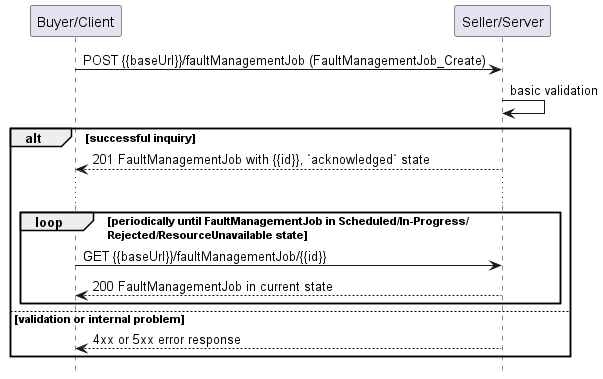
Before: documentation/serviceApi/fm/media/useCase1Polling.png, a diagram exported from PlantUML (MEF-GIT/MEF-LSO-Legato-SDK). The source it was exported from:
```plantuml
@startuml useCase1Polling

hide footbox

participant "Buyer/Client" as B
participant "Seller/Server" as S


B -> S : POST {{baseUrl}}/faultManagementJob (FaultManagementJob_Create)
S -> S : basic validation

alt successful inquiry
  S --> B : 201 FaultManagementJob with {{id}}, `acknowledged` state

  ...

  loop periodically until FaultManagementJob in Scheduled/In-Progress/\nRejected/ResourceUnavailable state
      B -> S :   GET {{baseUrl}}/faultManagementJob/{{id}}
      return 200 FaultManagementJob in current state
  end

else validation or internal problem
  S --> B : 4xx or 5xx error response
end


@enduml
```
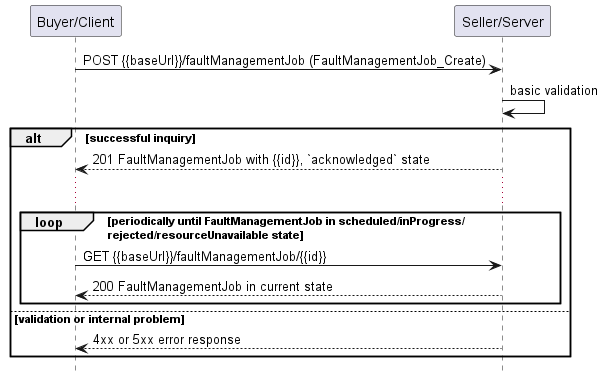
Above is the later version.

Change to the diagram source:
```diff
@@ -14,7 +14,7 @@
 
   ...
 
-  loop periodically until FaultManagementJob in Scheduled/In-Progress/\nRejected/ResourceUnavailable state
+  loop periodically until FaultManagementJob in scheduled/inProgress/\nrejected/resourceUnavailable state
       B -> S :   GET {{baseUrl}}/faultManagementJob/{{id}}
       return 200 FaultManagementJob in current state
   end
```
